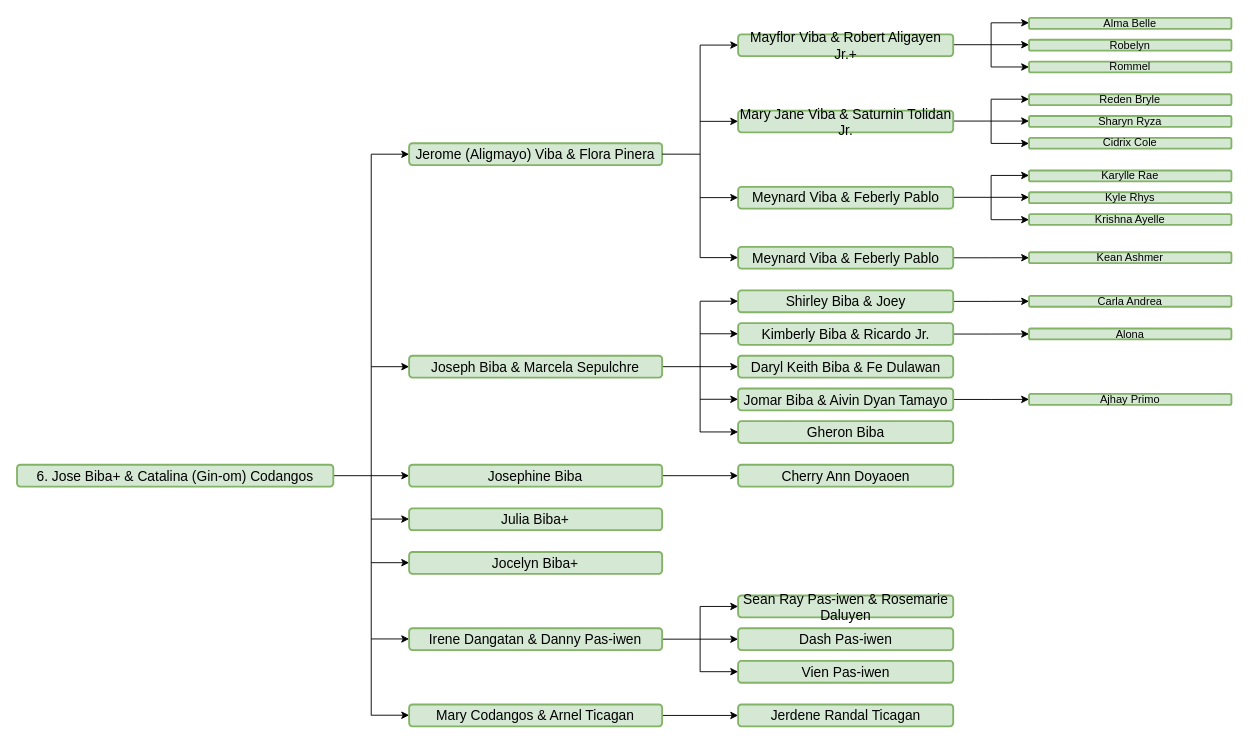
doyaoencab/draw.io keeps this draw.io diagram as EditPage.drawio. Above is the earlier version. Source tidied: cells renumbered, new cells numbered last; positions are measured from the earlier drawing's top-left corner, leaving out a move shared by most shapes. Both pictures are drawn from the tidied source at 92%, with x=0, y=0 at pixel (17, 17).
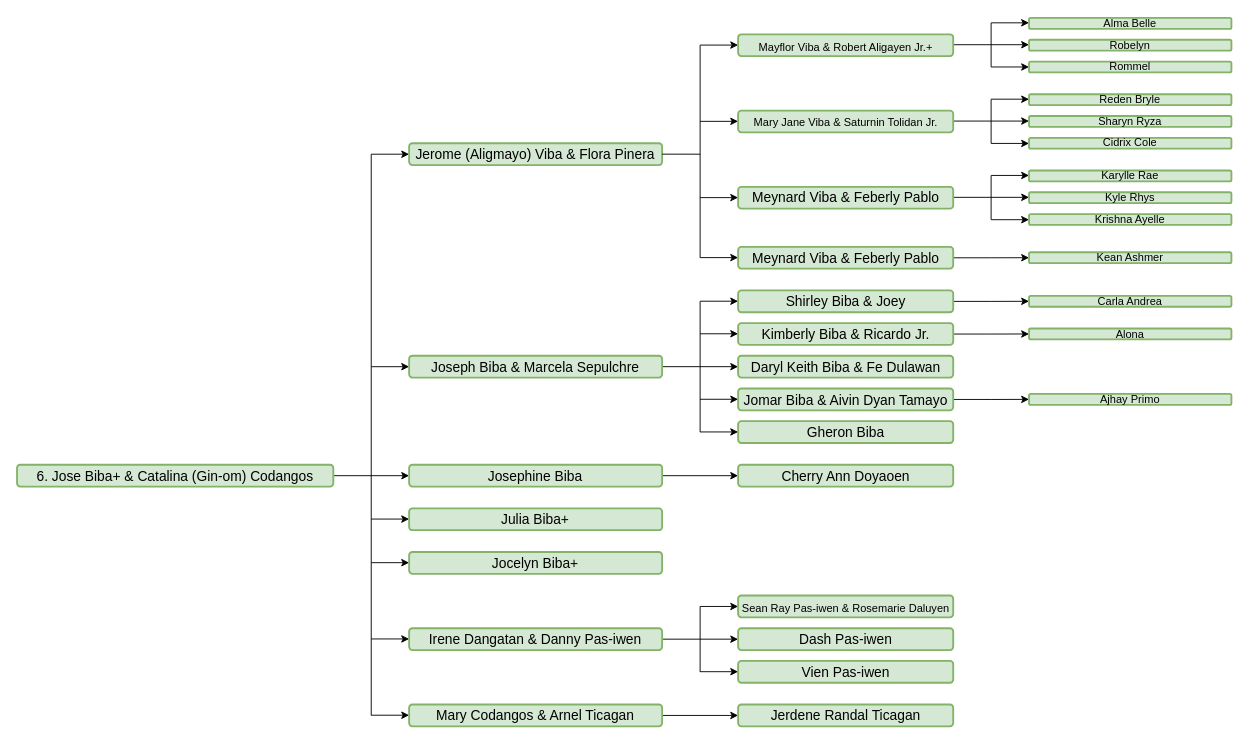
The same page after the edit.

The edit, as a diff of the source:
```diff
@@
-    <mxCell id="11" value="Mayflor Viba &amp; Robert Aligayen Jr.+" style="rounded=1;whiteSpace=wrap;html=1;fillColor=#d5e8d4;strokeColor=#82b366;strokeWidth=2;fontSize=15;" parent="1" vertex="1">
+    <mxCell id="11" value="&lt;font style=&quot;font-size: 12px;&quot;&gt;Mayflor Viba &amp;amp; Robert Aligayen Jr.+&lt;/font&gt;" style="rounded=1;whiteSpace=wrap;html=1;fillColor=#d5e8d4;strokeColor=#82b366;strokeWidth=2;fontSize=15;" parent="1" vertex="1">
       <mxGeometry x="783.8" y="17.8" width="233.8" height="23.7" as="geometry" />
     </mxCell>
@@
-    <mxCell id="20" value="Mary Jane Viba &amp; Saturnin Tolidan Jr." style="rounded=1;whiteSpace=wrap;html=1;fillColor=#d5e8d4;strokeColor=#82b366;strokeWidth=2;fontSize=15;" parent="1" vertex="1">
+    <mxCell id="20" value="&lt;font style=&quot;font-size: 12px;&quot;&gt;Mary Jane Viba &amp;amp; Saturnin Tolidan Jr.&lt;/font&gt;" style="rounded=1;whiteSpace=wrap;html=1;fillColor=#d5e8d4;strokeColor=#82b366;strokeWidth=2;fontSize=14;" parent="1" vertex="1">
       <mxGeometry x="783.8" y="100.7" width="233.8" height="23.7" as="geometry" />
     </mxCell>
@@
-    <mxCell id="63" value="Sean Ray Pas-iwen &amp;amp; Rosemarie Daluyen" style="rounded=1;whiteSpace=wrap;html=1;fillColor=#d5e8d4;strokeColor=#82b366;strokeWidth=2;fontSize=15;" parent="1" vertex="1">
+    <mxCell id="63" value="&lt;font style=&quot;font-size: 12px;&quot;&gt;Sean Ray Pas-iwen &amp;amp; Rosemarie Daluyen&lt;/font&gt;" style="rounded=1;whiteSpace=wrap;html=1;fillColor=#d5e8d4;strokeColor=#82b366;strokeWidth=2;fontSize=15;" parent="1" vertex="1">
       <mxGeometry x="783.8" y="627.8" width="233.8" height="23.7" as="geometry" />
     </mxCell>
```
